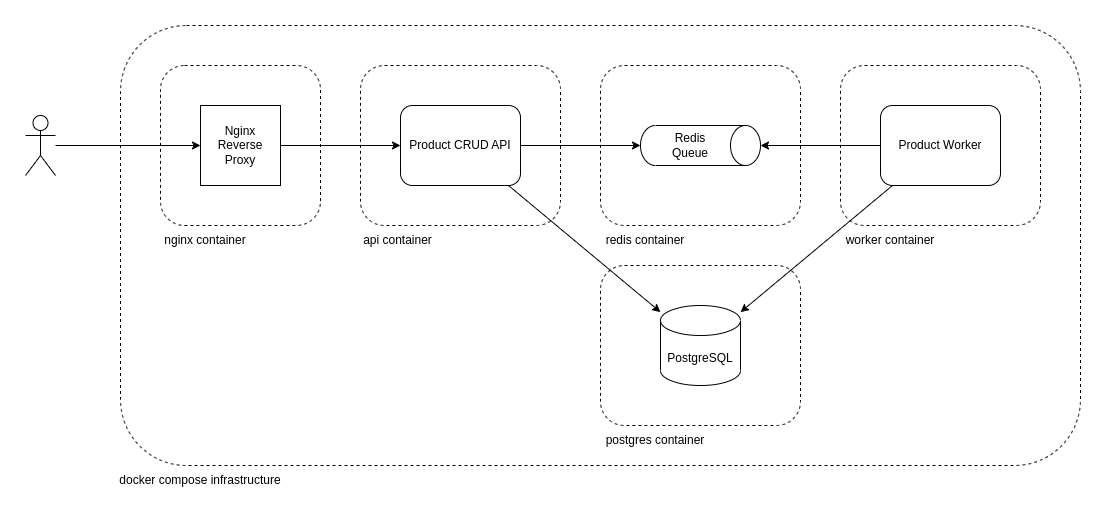
Earlier version of the draw.io export docs/product-crud.architecture.png (0x0th30/product-crud). Source tidied: cells renumbered, new cells last; positions are measured from the earlier drawing's top-left corner, leaving out a move shared by most shapes. Source of this version:
```xml
<mxGraphModel>
  <root>
    <mxCell id="0" />
    <mxCell id="1" parent="0" />
    <mxCell id="2" style="rounded=1;whiteSpace=wrap;html=1;fillColor=none;dashed=1;" parent="1" vertex="1">
      <mxGeometry x="135" y="40" width="160" height="160" as="geometry" />
    </mxCell>
    <mxCell id="3" style="rounded=1;whiteSpace=wrap;html=1;fillColor=none;dashed=1;" parent="1" vertex="1">
      <mxGeometry x="95" width="960" height="440" as="geometry" />
    </mxCell>
    <mxCell id="4" style="edgeStyle=orthogonalEdgeStyle;rounded=0;jettySize=auto;html=1;" parent="1" edge="1" source="5" target="10">
      <mxGeometry relative="1" as="geometry" />
    </mxCell>
    <mxCell id="5" value="Nginx&lt;br&gt;Reverse Proxy" style="rounded=0;whiteSpace=wrap;html=1;" parent="1" vertex="1">
      <mxGeometry x="175" y="80" width="80" height="80" as="geometry" />
    </mxCell>
    <mxCell id="6" style="edgeStyle=orthogonalEdgeStyle;rounded=0;jettySize=auto;html=1;" parent="1" edge="1" source="7" target="5">
      <mxGeometry relative="1" as="geometry" />
    </mxCell>
    <mxCell id="7" style="shape=umlActor;verticalLabelPosition=bottom;verticalAlign=top;html=1;outlineConnect=0;" parent="1" vertex="1">
      <mxGeometry y="90" width="30" height="60" as="geometry" />
    </mxCell>
    <mxCell id="8" style="edgeStyle=orthogonalEdgeStyle;rounded=0;jettySize=auto;html=1;" parent="1" edge="1" source="10" target="14">
      <mxGeometry relative="1" as="geometry" />
    </mxCell>
    <mxCell id="9" style="rounded=0;jettySize=auto;html=1;" parent="1" edge="1" source="10" target="16">
      <mxGeometry relative="1" as="geometry" />
    </mxCell>
    <mxCell id="10" value="Product CRUD API" style="rounded=1;whiteSpace=wrap;html=1;" parent="1" vertex="1">
      <mxGeometry x="375" y="80" width="120" height="80" as="geometry" />
    </mxCell>
    <mxCell id="11" style="edgeStyle=orthogonalEdgeStyle;rounded=0;jettySize=auto;html=1;" parent="1" edge="1" source="13" target="14">
      <mxGeometry relative="1" as="geometry" />
    </mxCell>
    <mxCell id="12" style="rounded=0;jettySize=auto;html=1;" parent="1" edge="1" source="13" target="16">
      <mxGeometry relative="1" as="geometry" />
    </mxCell>
    <mxCell id="13" value="Product Worker" style="rounded=1;whiteSpace=wrap;html=1;" parent="1" vertex="1">
      <mxGeometry x="855" y="80" width="120" height="80" as="geometry" />
    </mxCell>
    <mxCell id="14" style="shape=cylinder3;whiteSpace=wrap;html=1;boundedLbl=1;backgroundOutline=1;size=15;direction=south;" parent="1" vertex="1">
      <mxGeometry x="615" y="100" width="120" height="40" as="geometry" />
    </mxCell>
    <mxCell id="15" value="Redis Queue" style="text;html=1;strokeColor=none;fillColor=none;align=center;verticalAlign=middle;whiteSpace=wrap;rounded=0;" parent="1" vertex="1">
      <mxGeometry x="635" y="105" width="60" height="30" as="geometry" />
    </mxCell>
    <mxCell id="16" value="PostgreSQL" style="shape=cylinder3;whiteSpace=wrap;html=1;boundedLbl=1;backgroundOutline=1;size=15;" parent="1" vertex="1">
      <mxGeometry x="635" y="280" width="80" height="80" as="geometry" />
    </mxCell>
    <mxCell id="17" value="docker compose infrastructure" style="text;html=1;strokeColor=none;fillColor=none;align=center;verticalAlign=middle;whiteSpace=wrap;rounded=0;" parent="1" vertex="1">
      <mxGeometry x="70" y="440" width="210" height="30" as="geometry" />
    </mxCell>
    <mxCell id="18" style="rounded=1;whiteSpace=wrap;html=1;fillColor=none;dashed=1;" parent="1" vertex="1">
      <mxGeometry x="335" y="40" width="200" height="160" as="geometry" />
    </mxCell>
    <mxCell id="19" style="rounded=1;whiteSpace=wrap;html=1;fillColor=none;dashed=1;" parent="1" vertex="1">
      <mxGeometry x="575" y="40" width="200" height="160" as="geometry" />
    </mxCell>
    <mxCell id="20" style="rounded=1;whiteSpace=wrap;html=1;fillColor=none;dashed=1;" parent="1" vertex="1">
      <mxGeometry x="815" y="40" width="200" height="160" as="geometry" />
    </mxCell>
    <mxCell id="21" style="rounded=1;whiteSpace=wrap;html=1;fillColor=none;dashed=1;" parent="1" vertex="1">
      <mxGeometry x="575" y="240" width="200" height="160" as="geometry" />
    </mxCell>
    <mxCell id="22" value="nginx container" style="text;html=1;strokeColor=none;fillColor=none;align=center;verticalAlign=middle;whiteSpace=wrap;rounded=0;" parent="1" vertex="1">
      <mxGeometry x="135" y="200" width="90" height="30" as="geometry" />
    </mxCell>
    <mxCell id="23" value="api container" style="text;html=1;strokeColor=none;fillColor=none;align=center;verticalAlign=middle;whiteSpace=wrap;rounded=0;" parent="1" vertex="1">
      <mxGeometry x="335" y="200" width="75" height="30" as="geometry" />
    </mxCell>
    <mxCell id="24" value="redis container" style="text;html=1;strokeColor=none;fillColor=none;align=center;verticalAlign=middle;whiteSpace=wrap;rounded=0;" parent="1" vertex="1">
      <mxGeometry x="575" y="200" width="90" height="30" as="geometry" />
    </mxCell>
    <mxCell id="25" value="worker container" style="text;html=1;strokeColor=none;fillColor=none;align=center;verticalAlign=middle;whiteSpace=wrap;rounded=0;" parent="1" vertex="1">
      <mxGeometry x="815" y="200" width="100" height="30" as="geometry" />
    </mxCell>
    <mxCell id="26" value="postgres container" style="text;html=1;strokeColor=none;fillColor=none;align=center;verticalAlign=middle;whiteSpace=wrap;rounded=0;" parent="1" vertex="1">
      <mxGeometry x="575" y="400" width="110" height="30" as="geometry" />
    </mxCell>
  </root>
</mxGraphModel>
```
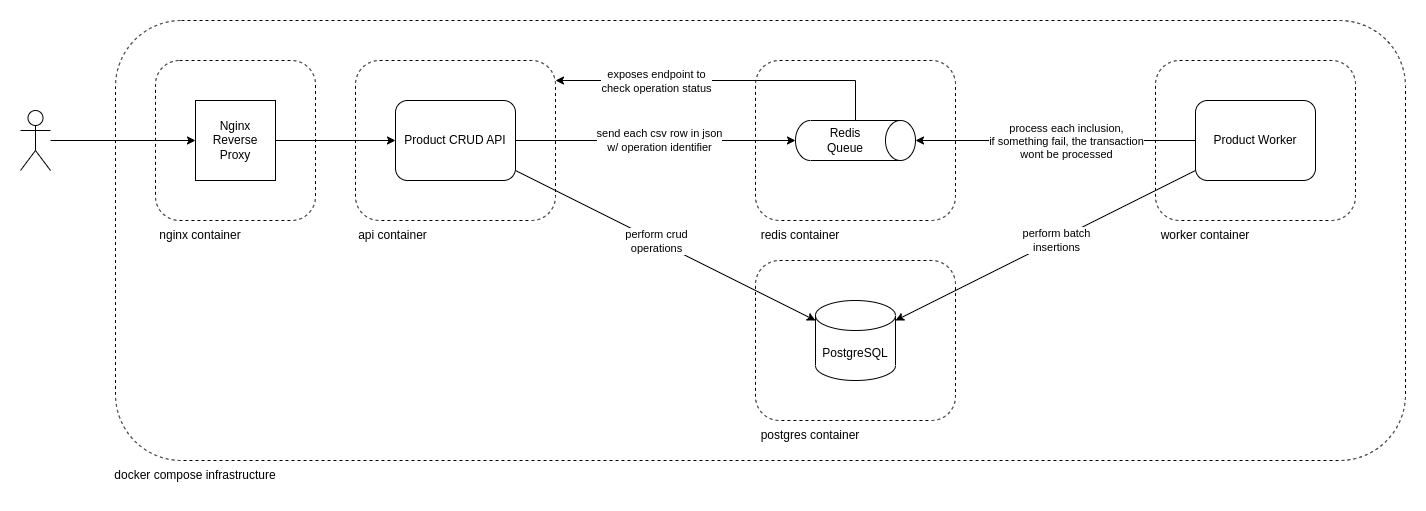
Later version of the same file.

Commit message:
docs: update architecture diagram

Diff of the diagram source:
```diff
@@ -2,12 +2,15 @@
   <root>
     <mxCell id="0" />
     <mxCell id="1" parent="0" />
+    <mxCell id="19" style="rounded=1;whiteSpace=wrap;html=1;fillColor=none;dashed=1;" parent="1" vertex="1">
+      <mxGeometry x="735" y="40" width="200" height="160" as="geometry" />
+    </mxCell>
+    <mxCell id="3" style="rounded=1;whiteSpace=wrap;html=1;fillColor=none;dashed=1;" parent="1" vertex="1">
+      <mxGeometry x="95" width="1290" height="440" as="geometry" />
+    </mxCell>
     <mxCell id="2" style="rounded=1;whiteSpace=wrap;html=1;fillColor=none;dashed=1;" parent="1" vertex="1">
       <mxGeometry x="135" y="40" width="160" height="160" as="geometry" />
     </mxCell>
-    <mxCell id="3" style="rounded=1;whiteSpace=wrap;html=1;fillColor=none;dashed=1;" parent="1" vertex="1">
-      <mxGeometry x="95" width="960" height="440" as="geometry" />
-    </mxCell>
     <mxCell id="4" style="edgeStyle=orthogonalEdgeStyle;rounded=0;jettySize=auto;html=1;" parent="1" edge="1" source="5" target="10">
       <mxGeometry relative="1" as="geometry" />
     </mxCell>
@@ -23,29 +26,62 @@
     <mxCell id="8" style="edgeStyle=orthogonalEdgeStyle;rounded=0;jettySize=auto;html=1;" parent="1" edge="1" source="10" target="14">
       <mxGeometry relative="1" as="geometry" />
     </mxCell>
+    <mxCell id="27" value="Text" style="edgeLabel;html=1;align=center;verticalAlign=middle;" parent="8" vertex="1">
+      <mxGeometry x="-0.14" y="-2" relative="1" as="geometry">
+        <mxPoint x="20" y="-2" as="offset" />
+      </mxGeometry>
+    </mxCell>
+    <mxCell id="28" value="send each csv row in json&lt;br&gt;w/ operation identifier" style="edgeLabel;html=1;align=center;verticalAlign=middle;" parent="8" vertex="1">
+      <mxGeometry x="0.02" y="1" relative="1" as="geometry" />
+    </mxCell>
     <mxCell id="9" style="rounded=0;jettySize=auto;html=1;" parent="1" edge="1" source="10" target="16">
       <mxGeometry relative="1" as="geometry" />
     </mxCell>
+    <mxCell id="29" value="perform crud&lt;br&gt;operations" style="edgeLabel;html=1;align=center;verticalAlign=middle;" parent="9" vertex="1">
+      <mxGeometry x="-0.23" y="2" relative="1" as="geometry">
+        <mxPoint x="23" y="14" as="offset" />
+      </mxGeometry>
+    </mxCell>
     <mxCell id="10" value="Product CRUD API" style="rounded=1;whiteSpace=wrap;html=1;" parent="1" vertex="1">
       <mxGeometry x="375" y="80" width="120" height="80" as="geometry" />
     </mxCell>
     <mxCell id="11" style="edgeStyle=orthogonalEdgeStyle;rounded=0;jettySize=auto;html=1;" parent="1" edge="1" source="13" target="14">
       <mxGeometry relative="1" as="geometry" />
     </mxCell>
+    <mxCell id="30" value="process each inclusion,&lt;br&gt;if something fail, the transaction&lt;br&gt;wont be processed" style="edgeLabel;html=1;align=center;verticalAlign=middle;" parent="11" vertex="1">
+      <mxGeometry x="-0.12" y="3" relative="1" as="geometry">
+        <mxPoint x="-6" y="-3" as="offset" />
+      </mxGeometry>
+    </mxCell>
     <mxCell id="12" style="rounded=0;jettySize=auto;html=1;" parent="1" edge="1" source="13" target="16">
       <mxGeometry relative="1" as="geometry" />
     </mxCell>
+    <mxCell id="31" value="perform batch&lt;br&gt;insertions" style="edgeLabel;html=1;align=center;verticalAlign=middle;" parent="12" vertex="1">
+      <mxGeometry x="-0.07" relative="1" as="geometry" />
+    </mxCell>
     <mxCell id="13" value="Product Worker" style="rounded=1;whiteSpace=wrap;html=1;" parent="1" vertex="1">
-      <mxGeometry x="855" y="80" width="120" height="80" as="geometry" />
+      <mxGeometry x="1175" y="80" width="120" height="80" as="geometry" />
     </mxCell>
+    <mxCell id="32" style="edgeStyle=orthogonalEdgeStyle;rounded=0;jettySize=auto;html=1;" parent="1" edge="1" source="14" target="18">
+      <mxGeometry relative="1" as="geometry">
+        <Array as="points">
+          <mxPoint x="835" y="60" />
+        </Array>
+      </mxGeometry>
+    </mxCell>
+    <mxCell id="33" value="exposes endpoint to &lt;br&gt;check operation status" style="edgeLabel;html=1;align=center;verticalAlign=middle;" parent="32" vertex="1">
+      <mxGeometry x="0.15" y="1" relative="1" as="geometry">
+        <mxPoint x="-44" y="-1" as="offset" />
+      </mxGeometry>
+    </mxCell>
     <mxCell id="14" style="shape=cylinder3;whiteSpace=wrap;html=1;boundedLbl=1;backgroundOutline=1;size=15;direction=south;" parent="1" vertex="1">
-      <mxGeometry x="615" y="100" width="120" height="40" as="geometry" />
+      <mxGeometry x="775" y="100" width="120" height="40" as="geometry" />
     </mxCell>
     <mxCell id="15" value="Redis Queue" style="text;html=1;strokeColor=none;fillColor=none;align=center;verticalAlign=middle;whiteSpace=wrap;rounded=0;" parent="1" vertex="1">
-      <mxGeometry x="635" y="105" width="60" height="30" as="geometry" />
+      <mxGeometry x="795" y="105" width="60" height="30" as="geometry" />
     </mxCell>
     <mxCell id="16" value="PostgreSQL" style="shape=cylinder3;whiteSpace=wrap;html=1;boundedLbl=1;backgroundOutline=1;size=15;" parent="1" vertex="1">
-      <mxGeometry x="635" y="280" width="80" height="80" as="geometry" />
+      <mxGeometry x="795" y="280" width="80" height="80" as="geometry" />
     </mxCell>
     <mxCell id="17" value="docker compose infrastructure" style="text;html=1;strokeColor=none;fillColor=none;align=center;verticalAlign=middle;whiteSpace=wrap;rounded=0;" parent="1" vertex="1">
       <mxGeometry x="70" y="440" width="210" height="30" as="geometry" />
@@ -53,14 +89,11 @@
     <mxCell id="18" style="rounded=1;whiteSpace=wrap;html=1;fillColor=none;dashed=1;" parent="1" vertex="1">
       <mxGeometry x="335" y="40" width="200" height="160" as="geometry" />
     </mxCell>
-    <mxCell id="19" style="rounded=1;whiteSpace=wrap;html=1;fillColor=none;dashed=1;" parent="1" vertex="1">
-      <mxGeometry x="575" y="40" width="200" height="160" as="geometry" />
-    </mxCell>
     <mxCell id="20" style="rounded=1;whiteSpace=wrap;html=1;fillColor=none;dashed=1;" parent="1" vertex="1">
-      <mxGeometry x="815" y="40" width="200" height="160" as="geometry" />
+      <mxGeometry x="1135" y="40" width="200" height="160" as="geometry" />
     </mxCell>
     <mxCell id="21" style="rounded=1;whiteSpace=wrap;html=1;fillColor=none;dashed=1;" parent="1" vertex="1">
-      <mxGeometry x="575" y="240" width="200" height="160" as="geometry" />
+      <mxGeometry x="735" y="240" width="200" height="160" as="geometry" />
     </mxCell>
     <mxCell id="22" value="nginx container" style="text;html=1;strokeColor=none;fillColor=none;align=center;verticalAlign=middle;whiteSpace=wrap;rounded=0;" parent="1" vertex="1">
       <mxGeometry x="135" y="200" width="90" height="30" as="geometry" />
@@ -69,13 +102,13 @@
       <mxGeometry x="335" y="200" width="75" height="30" as="geometry" />
     </mxCell>
     <mxCell id="24" value="redis container" style="text;html=1;strokeColor=none;fillColor=none;align=center;verticalAlign=middle;whiteSpace=wrap;rounded=0;" parent="1" vertex="1">
-      <mxGeometry x="575" y="200" width="90" height="30" as="geometry" />
+      <mxGeometry x="735" y="200" width="90" height="30" as="geometry" />
     </mxCell>
     <mxCell id="25" value="worker container" style="text;html=1;strokeColor=none;fillColor=none;align=center;verticalAlign=middle;whiteSpace=wrap;rounded=0;" parent="1" vertex="1">
-      <mxGeometry x="815" y="200" width="100" height="30" as="geometry" />
+      <mxGeometry x="1135" y="200" width="100" height="30" as="geometry" />
     </mxCell>
     <mxCell id="26" value="postgres container" style="text;html=1;strokeColor=none;fillColor=none;align=center;verticalAlign=middle;whiteSpace=wrap;rounded=0;" parent="1" vertex="1">
-      <mxGeometry x="575" y="400" width="110" height="30" as="geometry" />
+      <mxGeometry x="735" y="400" width="110" height="30" as="geometry" />
     </mxCell>
   </root>
 </mxGraphModel>
```
